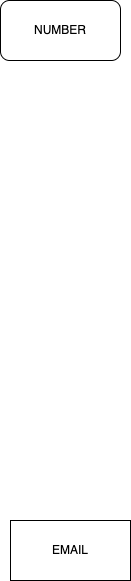
Before: Untitled Diagram.drawio.png, a diagram exported from draw.io (gamingflexer/Manthan-Finals). Source tidied: cells renumbered, new cells last; positions are measured from the earlier drawing's top-left corner, leaving out a move shared by most shapes. Its diagram source:
```xml
<mxGraphModel>
  <root>
    <mxCell id="0" />
    <mxCell id="1" parent="0" />
    <mxCell id="2" value="NUMBER" style="rounded=1;whiteSpace=wrap;html=1;" parent="1" vertex="1">
      <mxGeometry width="120" height="60" as="geometry" />
    </mxCell>
    <mxCell id="3" value="EMAIL" style="rounded=0;whiteSpace=wrap;html=1;" parent="1" vertex="1">
      <mxGeometry x="10" y="520" width="120" height="60" as="geometry" />
    </mxCell>
  </root>
</mxGraphModel>
```
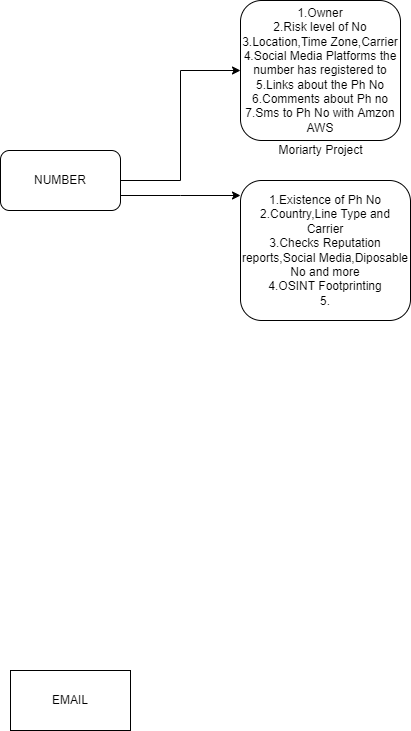
The same file after the commit.

What changed in the source:
```diff
@@ -2,11 +2,26 @@
   <root>
     <mxCell id="0" />
     <mxCell id="1" parent="0" />
+    <mxCell id="4" style="edgeStyle=elbowEdgeStyle;rounded=0;jettySize=auto;html=1;" parent="1" edge="1" source="2" target="6">
+      <mxGeometry relative="1" as="geometry" />
+    </mxCell>
+    <mxCell id="5" style="edgeStyle=elbowEdgeStyle;rounded=0;jettySize=auto;elbow=vertical;html=1;" parent="1" edge="1" source="2" target="8">
+      <mxGeometry relative="1" as="geometry" />
+    </mxCell>
     <mxCell id="2" value="NUMBER" style="rounded=1;whiteSpace=wrap;html=1;" parent="1" vertex="1">
       <mxGeometry width="120" height="60" as="geometry" />
     </mxCell>
     <mxCell id="3" value="EMAIL" style="rounded=0;whiteSpace=wrap;html=1;" parent="1" vertex="1">
       <mxGeometry x="10" y="520" width="120" height="60" as="geometry" />
     </mxCell>
+    <mxCell id="6" value="1.Owner&lt;br&gt;2.Risk level of No&lt;br&gt;3.Location,Time Zone,Carrier&lt;br&gt;4.Social Media Platforms the number has registered to&lt;br&gt;5.Links about the Ph No&lt;br&gt;6.Comments about Ph no&lt;br&gt;7.Sms to Ph No with Amzon AWS" style="rounded=1;whiteSpace=wrap;html=1;" parent="1" vertex="1">
+      <mxGeometry x="240" y="-150" width="160" height="140" as="geometry" />
+    </mxCell>
+    <mxCell id="7" value="Moriarty Project&lt;br&gt;" style="text;html=1;align=center;verticalAlign=middle;strokeColor=none;fillColor=none;" parent="1" vertex="1">
+      <mxGeometry x="270" y="-10" width="100" height="20" as="geometry" />
+    </mxCell>
+    <mxCell id="8" value="1.Existence of Ph No&lt;br&gt;2.Country,Line Type and Carrier&lt;br&gt;3.Checks Reputation reports,Social Media,Diposable No and more&lt;br&gt;4.OSINT Footprinting&lt;br&gt;5." style="rounded=1;whiteSpace=wrap;html=1;" parent="1" vertex="1">
+      <mxGeometry x="240" y="30" width="170" height="140" as="geometry" />
+    </mxCell>
   </root>
 </mxGraphModel>
```
